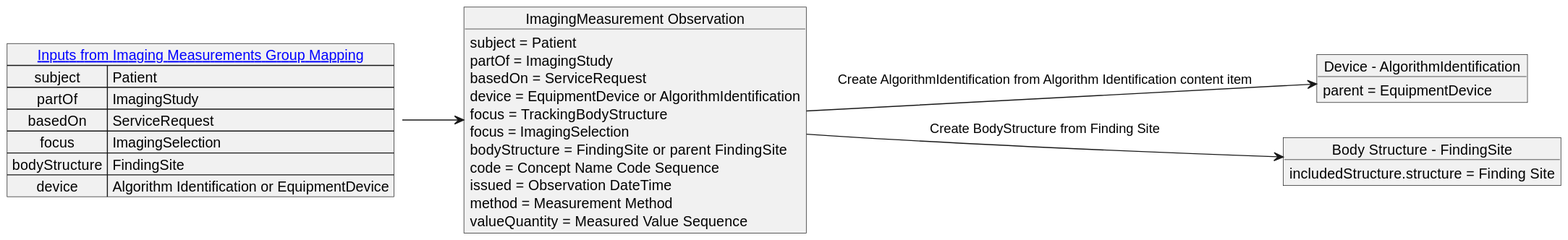
HL7/dicom-sr keeps this PlantUML diagram as input/images/imaging_measurement_mapping.svg. Above is the earlier version. Source of this version:
```plantuml
@startuml
left to right direction

map "[[mapping.html#imaging_measurement_group Inputs from Imaging Measurements Group Mapping]]" as inputs {
   subject => Patient
   partOf => ImagingStudy
   basedOn => ServiceRequest
   focus => ImagingSelection
   bodyStructure => FindingSite
   device => Algorithm Identification or EquipmentDevice
}

object "Device - AlgorithmIdentification" as AlgorithmIdentification {
    parent = EquipmentDevice
}

object "Body Structure - FindingSite" as FindingSite {
    includedStructure.structure = Finding Site
}

object "ImagingMeasurement Observation" as imagingMeasurement {
    subject = Patient
    partOf = ImagingStudy
    basedOn = ServiceRequest
    device = EquipmentDevice or AlgorithmIdentification
    focus = TrackingBodyStructure
    focus = ImagingSelection
    bodyStructure = FindingSite or parent FindingSite
    code = Concept Name Code Sequence
    issued = Observation DateTime
    method = Measurement Method
    valueQuantity = Measured Value Sequence
}

imagingMeasurement --> AlgorithmIdentification: Create AlgorithmIdentification from Algorithm Identification content item
imagingMeasurement --> FindingSite: Create BodyStructure from Finding Site

inputs --> imagingMeasurement
@enduml
```
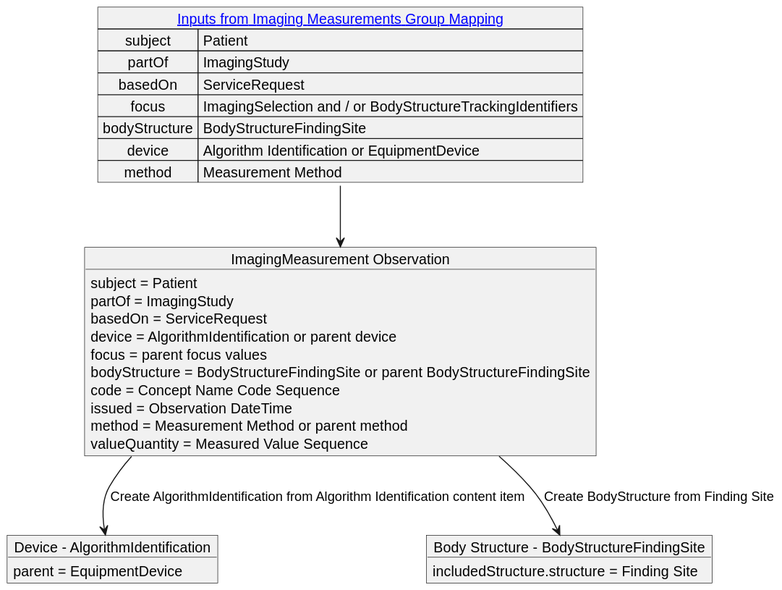
Later version of the same file.

Change to the diagram source:
```diff
@@ -1,20 +1,19 @@
 @startuml
-left to right direction
-
 map "[[mapping.html#imaging_measurement_group Inputs from Imaging Measurements Group Mapping]]" as inputs {
    subject => Patient
    partOf => ImagingStudy
    basedOn => ServiceRequest
-   focus => ImagingSelection
-   bodyStructure => FindingSite
+   focus => ImagingSelection and / or BodyStructureTrackingIdentifiers
+   bodyStructure => BodyStructureFindingSite
    device => Algorithm Identification or EquipmentDevice
+   method => Measurement Method
 }
 
 object "Device - AlgorithmIdentification" as AlgorithmIdentification {
     parent = EquipmentDevice
 }
 
-object "Body Structure - FindingSite" as FindingSite {
+object "Body Structure - BodyStructureFindingSite" as BodyStructureFindingSite {
     includedStructure.structure = Finding Site
 }
 
@@ -22,18 +21,17 @@
     subject = Patient
     partOf = ImagingStudy
     basedOn = ServiceRequest
-    device = EquipmentDevice or AlgorithmIdentification
-    focus = TrackingBodyStructure
-    focus = ImagingSelection
-    bodyStructure = FindingSite or parent FindingSite
+    device = AlgorithmIdentification or parent device
+    focus = parent focus values
+    bodyStructure = BodyStructureFindingSite or parent BodyStructureFindingSite
     code = Concept Name Code Sequence
     issued = Observation DateTime
-    method = Measurement Method
+    method = Measurement Method or parent method
     valueQuantity = Measured Value Sequence
 }
 
 imagingMeasurement --> AlgorithmIdentification: Create AlgorithmIdentification from Algorithm Identification content item
-imagingMeasurement --> FindingSite: Create BodyStructure from Finding Site
+imagingMeasurement --> BodyStructureFindingSite: Create BodyStructure from Finding Site
 
 inputs --> imagingMeasurement
 @enduml
```
